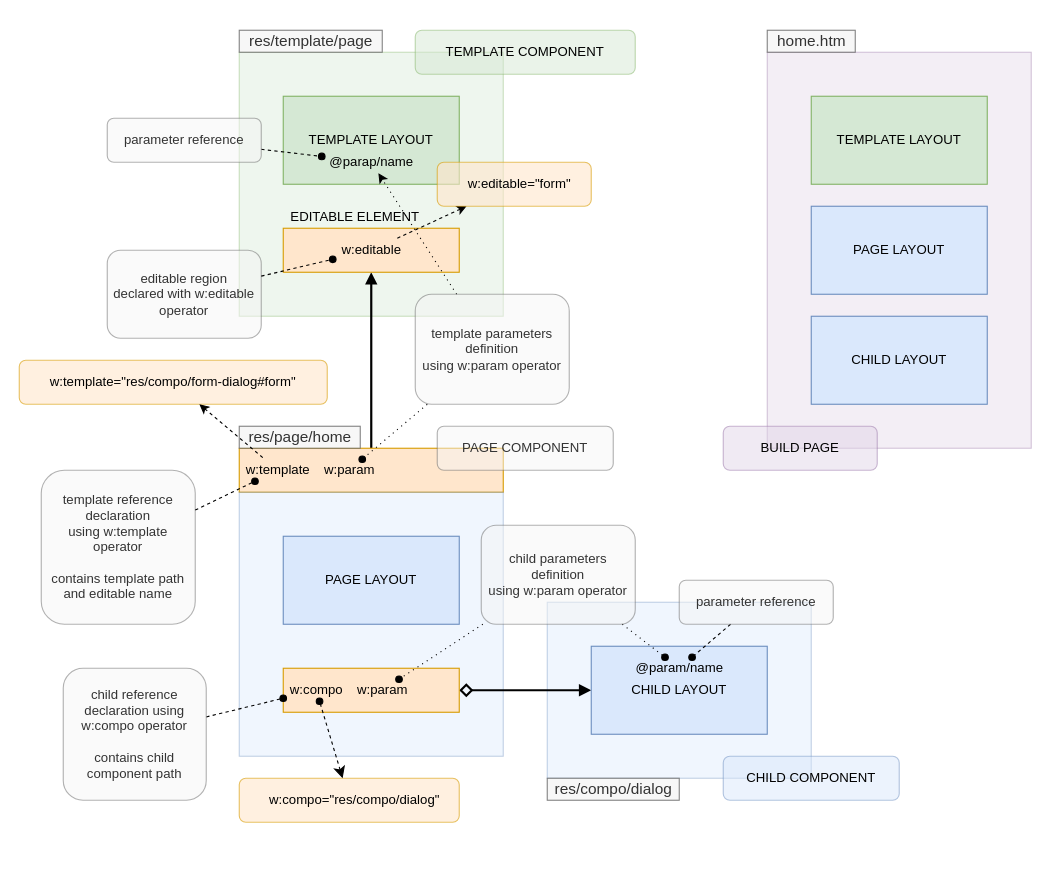
Before: page "Relations" (5 of 16) of doc/model/diagrams.drawio in js-lib-com/wood, a draw.io diagram. Source tidied: cells renumbered, new cells numbered last; positions are measured from the earlier drawing's top-left corner, leaving out a move shared by most shapes. Both pictures are drawn from the tidied source at 110%, with x=0, y=0 at pixel (19, 30).
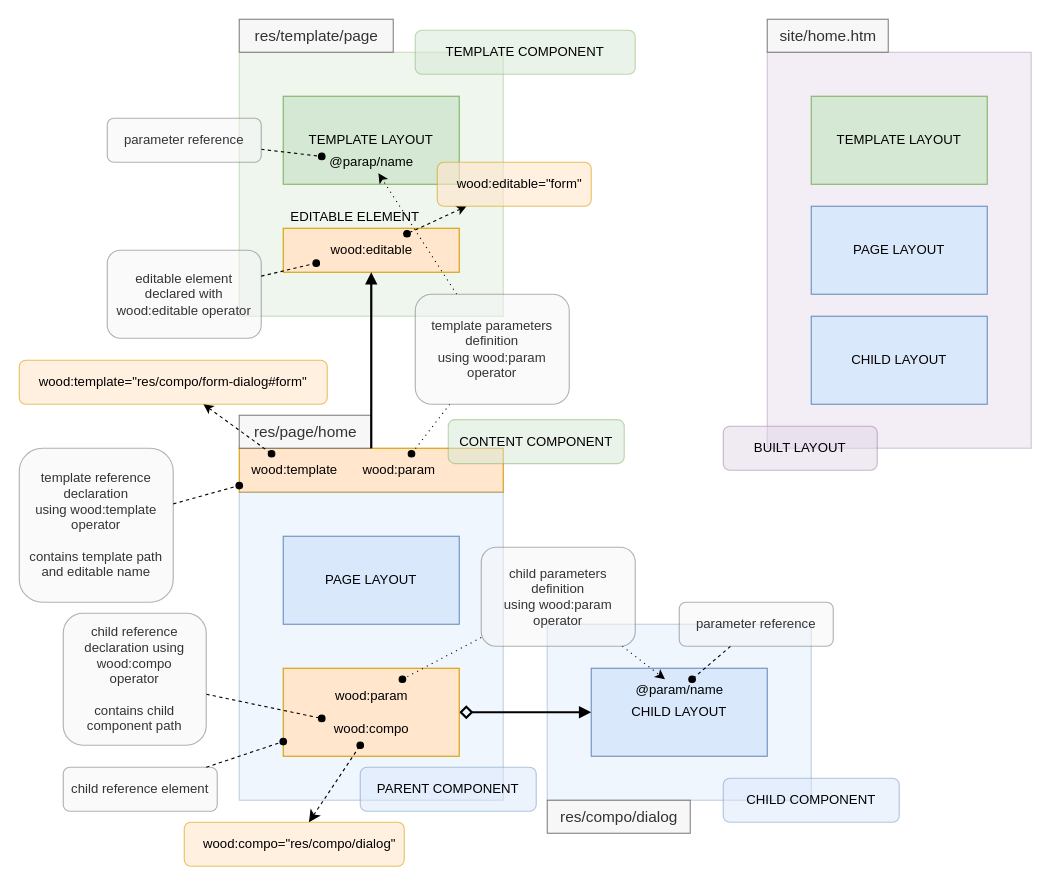
The same page after the edit.

Unchanged cells that the change refers to:
```xml
<mxCell id="8" style="rounded=0;whiteSpace=wrap;html=1;fontSize=12;fillColor=#ffe6cc;strokeColor=#d79b00;" parent="1" vertex="1">
  <mxGeometry x="200" y="380" width="240" height="40" as="geometry" />
</mxCell>
<mxCell id="11" style="rounded=0;whiteSpace=wrap;html=1;fontSize=12;fillColor=#ffe6cc;strokeColor=#d79b00;" parent="1" vertex="1">
  <mxGeometry x="240" y="180" width="160" height="40" as="geometry" />
</mxCell>
```

The edit, as a diff of the source:
```diff
@@
     <mxCell id="2" style="rounded=0;whiteSpace=wrap;html=1;fillColor=#dae8fc;strokeColor=#6c8ebf;opacity=40;" parent="1" vertex="1">
-      <mxGeometry x="480" y="520" width="240" height="160" as="geometry" />
+      <mxGeometry x="480" y="540" width="240" height="160" as="geometry" />
     </mxCell>
@@
-    <mxCell id="4" style="edgeStyle=orthogonalEdgeStyle;rounded=0;jettySize=auto;html=1;exitX=0.5;exitY=0;exitDx=0;exitDy=0;entryX=0.5;entryY=1;entryDx=0;entryDy=0;startArrow=none;startFill=0;startSize=10;fontSize=24;strokeWidth=2;endArrow=block;endFill=1;" parent="1" edge="1" source="8" target="11">
-      <mxGeometry relative="1" as="geometry" />
-    </mxCell>
-    <mxCell id="5" value="template reference declaration&lt;br&gt;using w:template operator&lt;br&gt;&lt;br&gt;contains template path and editable name" style="rounded=1;whiteSpace=wrap;html=1;fillColor=#f5f5f5;strokeColor=#666666;opacity=50;fontColor=#333333;" parent="1" vertex="1">
-      <mxGeometry x="20" y="400" width="140" height="140" as="geometry" />
+    <mxCell id="5" value="template reference declaration&lt;br&gt;using wood:template operator&lt;br&gt;&lt;br&gt;contains template path and editable name" style="rounded=1;whiteSpace=wrap;html=1;fillColor=#f5f5f5;strokeColor=#666666;opacity=50;fontColor=#333333;" parent="1" vertex="1">
+      <mxGeometry y="380" width="140" height="140" as="geometry" />
     </mxCell>
-    <mxCell id="6" value="editable region &lt;br&gt;declared with w:editable operator" style="rounded=1;whiteSpace=wrap;html=1;fillColor=#f5f5f5;strokeColor=#666666;opacity=50;fontColor=#333333;" parent="1" vertex="1">
+    <mxCell id="6" value="editable element&lt;br&gt;declared with wood:editable operator" style="rounded=1;whiteSpace=wrap;html=1;fillColor=#f5f5f5;strokeColor=#666666;opacity=50;fontColor=#333333;" parent="1" vertex="1">
       <mxGeometry x="80" y="200" width="140" height="80" as="geometry" />
     </mxCell>
-    <mxCell id="7" value="w:template=&quot;res/compo/form-dialog#form&quot;" style="rounded=1;whiteSpace=wrap;html=1;fontSize=12;align=center;fillColor=#ffe6cc;strokeColor=#d79b00;opacity=60;" parent="1" vertex="1">
+    <mxCell id="7" value="wood:template=&quot;res/compo/form-dialog#form&quot;" style="rounded=1;whiteSpace=wrap;html=1;fontSize=12;align=center;fillColor=#ffe6cc;strokeColor=#d79b00;opacity=60;" parent="1" vertex="1">
       <mxGeometry y="300" width="280" height="40" as="geometry" />
     </mxCell>
@@
     <mxCell id="9" style="rounded=0;whiteSpace=wrap;html=1;fontSize=12;fillColor=#dae8fc;strokeColor=#6c8ebf;opacity=40;" parent="1" vertex="1">
-      <mxGeometry x="200" y="420" width="240" height="240" as="geometry" />
+      <mxGeometry x="200" y="420" width="240" height="280" as="geometry" />
     </mxCell>
-    <mxCell id="10" value="&lt;span&gt;w:template&lt;/span&gt;" style="text;html=1;align=center;verticalAlign=middle;points=[];" parent="1" vertex="1">
-      <mxGeometry x="200" y="390" width="70" height="20" as="geometry" />
+    <mxCell id="10" value="&lt;span&gt;wood:template&lt;/span&gt;" style="text;html=1;align=center;verticalAlign=middle;points=[];" parent="1" vertex="1">
+      <mxGeometry x="200" y="385" width="100" height="30" as="geometry" />
     </mxCell>
@@
-    <mxCell id="14" value="&lt;span&gt;w:editable&lt;/span&gt;" style="text;html=1;align=center;verticalAlign=middle;points=[];" parent="1" vertex="1">
-      <mxGeometry x="285" y="190" width="70" height="20" as="geometry" />
+    <mxCell id="14" value="&lt;span&gt;wood:editable&lt;/span&gt;" style="text;html=1;align=center;verticalAlign=middle;points=[];" parent="1" vertex="1">
+      <mxGeometry x="270" y="185" width="100" height="30" as="geometry" />
     </mxCell>
@@
     <mxCell id="21" style="rounded=0;whiteSpace=wrap;html=1;fillColor=#ffe6cc;strokeColor=#d79b00;" parent="1" vertex="1">
-      <mxGeometry x="240" y="580" width="160" height="40" as="geometry" />
+      <mxGeometry x="240" y="580" width="160" height="80" as="geometry" />
     </mxCell>
-    <mxCell id="22" value="w:compo" style="text;html=1;align=center;verticalAlign=middle;points=[];" parent="1" vertex="1">
-      <mxGeometry x="240" y="590" width="60" height="20" as="geometry" />
+    <mxCell id="22" value="wood:compo" style="text;html=1;align=center;verticalAlign=middle;points=[];" parent="1" vertex="1">
+      <mxGeometry x="275" y="620" width="90" height="30" as="geometry" />
     </mxCell>
     <mxCell id="23" value="CHILD LAYOUT" style="rounded=0;whiteSpace=wrap;html=1;fillColor=#dae8fc;strokeColor=#6c8ebf;" parent="1" vertex="1">
-      <mxGeometry x="520" y="560" width="160" height="80" as="geometry" />
+      <mxGeometry x="520" y="580" width="160" height="80" as="geometry" />
     </mxCell>
@@
-    <mxCell id="25" value="w:param" style="text;html=1;align=center;verticalAlign=middle;points=[];" parent="1" vertex="1">
-      <mxGeometry x="270" y="390" width="60" height="20" as="geometry" />
+    <mxCell id="25" value="wood:param" style="text;html=1;align=center;verticalAlign=middle;points=[];" parent="1" vertex="1">
+      <mxGeometry x="300" y="385" width="90" height="30" as="geometry" />
     </mxCell>
-    <mxCell id="26" value="w:param" style="text;html=1;align=center;verticalAlign=middle;points=[];" parent="1" vertex="1">
-      <mxGeometry x="300" y="590" width="60" height="20" as="geometry" />
+    <mxCell id="26" value="wood:param" style="text;html=1;align=center;verticalAlign=middle;points=[];" parent="1" vertex="1">
+      <mxGeometry x="275" y="590" width="90" height="30" as="geometry" />
     </mxCell>
@@
-    <mxCell id="29" value="template parameters definition&lt;br&gt;using w:param operator" style="rounded=1;whiteSpace=wrap;html=1;fillColor=#f5f5f5;strokeColor=#666666;opacity=50;fontColor=#333333;" parent="1" vertex="1">
+    <mxCell id="29" value="template parameters definition&lt;br&gt;using wood:param operator" style="rounded=1;whiteSpace=wrap;html=1;fillColor=#f5f5f5;strokeColor=#666666;opacity=50;fontColor=#333333;" parent="1" vertex="1">
       <mxGeometry x="360" y="240" width="140" height="100" as="geometry" />
     </mxCell>
-    <mxCell id="30" style="edgeStyle=none;rounded=0;jettySize=auto;html=1;dashed=1;startArrow=none;startFill=0;startSize=8;endArrow=oval;endFill=1;strokeColor=#000000;strokeWidth=1;dashPattern=1 4;" parent="1" edge="1" source="31" target="46">
+    <mxCell id="30" style="edgeStyle=none;rounded=0;jettySize=auto;html=1;dashed=1;startArrow=none;startFill=0;startSize=8;endArrow=classic;endFill=1;strokeColor=#000000;strokeWidth=1;dashPattern=1 4;" parent="1" edge="1" source="31" target="46">
       <mxGeometry relative="1" as="geometry" />
     </mxCell>
-    <mxCell id="31" value="child parameters definition&lt;br&gt;using w:param operator" style="rounded=1;whiteSpace=wrap;html=1;fillColor=#f5f5f5;strokeColor=#666666;opacity=50;fontColor=#333333;" parent="1" vertex="1">
-      <mxGeometry x="420" y="450" width="140" height="90" as="geometry" />
+    <mxCell id="31" value="child parameters definition&lt;br&gt;using wood:param operator" style="rounded=1;whiteSpace=wrap;html=1;fillColor=#f5f5f5;strokeColor=#666666;opacity=50;fontColor=#333333;" parent="1" vertex="1">
+      <mxGeometry x="420" y="470" width="140" height="90" as="geometry" />
     </mxCell>
-    <mxCell id="32" style="edgeStyle=none;rounded=0;jettySize=auto;html=1;dashed=1;strokeColor=#000000;strokeWidth=1;endArrow=none;endFill=0;startArrow=classic;startFill=1;" parent="1" edge="1" source="34" target="14">
+    <mxCell id="32" style="edgeStyle=none;rounded=0;jettySize=auto;html=1;dashed=1;strokeColor=#000000;strokeWidth=1;endArrow=oval;endFill=1;startArrow=classic;startFill=1;" parent="1" edge="1" source="34" target="14">
       <mxGeometry relative="1" as="geometry" />
     </mxCell>
@@
-    <mxCell id="34" value="w:editable=&quot;form&quot;" style="rounded=1;whiteSpace=wrap;html=1;fontSize=12;fontStyle=0;align=center;spacingLeft=10;fillColor=#ffe6cc;strokeColor=#d79b00;opacity=60;" parent="1" vertex="1">
+    <mxCell id="34" value="wood:editable=&quot;form&quot;" style="rounded=1;whiteSpace=wrap;html=1;fontSize=12;fontStyle=0;align=center;spacingLeft=10;fillColor=#ffe6cc;strokeColor=#d79b00;opacity=60;" parent="1" vertex="1">
       <mxGeometry x="380" y="120" width="140" height="40" as="geometry" />
     </mxCell>
     <mxCell id="35" value="res/template/page" style="text;html=1;align=center;verticalAlign=middle;fontSize=14;fontColor=#333333;fillColor=#f5f5f5;strokeColor=#666666;opacity=80;" parent="1" vertex="1">
-      <mxGeometry x="200" width="130" height="20" as="geometry" />
+      <mxGeometry x="200" y="-10" width="140" height="30" as="geometry" />
     </mxCell>
     <mxCell id="36" value="res/page/home" style="text;html=1;align=center;verticalAlign=middle;fontSize=14;fontColor=#333333;fillColor=#f5f5f5;strokeColor=#666666;opacity=80;" parent="1" vertex="1">
-      <mxGeometry x="200" y="360" width="110" height="20" as="geometry" />
+      <mxGeometry x="200" y="350" width="120" height="30" as="geometry" />
     </mxCell>
     <mxCell id="37" value="res/compo/dialog" style="text;html=1;align=center;verticalAlign=middle;fontSize=14;fontColor=#333333;fillColor=#f5f5f5;strokeColor=#666666;opacity=80;" parent="1" vertex="1">
-      <mxGeometry x="480" y="680" width="120" height="20" as="geometry" />
+      <mxGeometry x="480" y="700" width="130" height="30" as="geometry" />
     </mxCell>
-    <mxCell id="38" value="home.htm" style="text;html=1;align=center;verticalAlign=middle;fontSize=14;fontColor=#333333;fillColor=#f5f5f5;strokeColor=#666666;opacity=80;" parent="1" vertex="1">
-      <mxGeometry x="680" width="80" height="20" as="geometry" />
+    <mxCell id="38" value="site/home.htm" style="text;html=1;align=center;verticalAlign=middle;fontSize=14;fontColor=#333333;fillColor=#f5f5f5;strokeColor=#666666;opacity=80;" parent="1" vertex="1">
+      <mxGeometry x="680" y="-10" width="110" height="30" as="geometry" />
     </mxCell>
@@
-    <mxCell id="40" value="PAGE COMPONENT" style="rounded=1;whiteSpace=wrap;html=1;fillColor=#f5f5f5;strokeColor=#666666;opacity=50;fontColor=#333333;" parent="1" vertex="1">
-      <mxGeometry x="380" y="360" width="160" height="40" as="geometry" />
+    <mxCell id="40" value="CONTENT COMPONENT" style="rounded=1;whiteSpace=wrap;html=1;fillColor=#d5e8d4;strokeColor=#82b366;opacity=50;" parent="1" vertex="1">
+      <mxGeometry x="390" y="354" width="160" height="40" as="geometry" />
     </mxCell>
     <mxCell id="41" value="CHILD COMPONENT" style="rounded=1;whiteSpace=wrap;html=1;fillColor=#dae8fc;strokeColor=#6c8ebf;opacity=50;" parent="1" vertex="1">
-      <mxGeometry x="640" y="660" width="160" height="40" as="geometry" />
+      <mxGeometry x="640" y="680" width="160" height="40" as="geometry" />
     </mxCell>
@@
-    <mxCell id="43" value="child reference declaration using w:compo operator&lt;br&gt;&lt;br&gt;contains child component path" style="rounded=1;whiteSpace=wrap;html=1;fillColor=#f5f5f5;strokeColor=#666666;opacity=50;fontColor=#333333;" parent="1" vertex="1">
-      <mxGeometry x="40" y="580" width="130" height="120" as="geometry" />
+    <mxCell id="43" value="child reference declaration using wood:compo operator&lt;br&gt;&lt;br&gt;contains child component path" style="rounded=1;whiteSpace=wrap;html=1;fillColor=#f5f5f5;strokeColor=#666666;opacity=50;fontColor=#333333;spacing=10;" parent="1" vertex="1">
+      <mxGeometry x="40" y="530" width="130" height="120" as="geometry" />
     </mxCell>
-    <mxCell id="44" value="w:compo=&quot;res/compo/dialog&quot;" style="rounded=1;whiteSpace=wrap;html=1;fontSize=12;fontStyle=0;align=center;spacingLeft=10;fillColor=#ffe6cc;strokeColor=#d79b00;opacity=60;" parent="1" vertex="1">
-      <mxGeometry x="200" y="680" width="200" height="40" as="geometry" />
+    <mxCell id="44" value="wood:compo=&quot;res/compo/dialog&quot;" style="rounded=1;whiteSpace=wrap;html=1;fontSize=12;fontStyle=0;align=center;spacingLeft=10;fillColor=#ffe6cc;strokeColor=#d79b00;opacity=60;" parent="1" vertex="1">
+      <mxGeometry x="150" y="720" width="200" height="40" as="geometry" />
     </mxCell>
@@
     <mxCell id="46" value="@param/name" style="text;html=1;align=center;verticalAlign=middle;points=[];" parent="1" vertex="1">
-      <mxGeometry x="550" y="570" width="100" height="20" as="geometry" />
+      <mxGeometry x="550" y="590" width="100" height="20" as="geometry" />
     </mxCell>
@@
     <mxCell id="51" value="parameter reference" style="rounded=1;whiteSpace=wrap;html=1;fillColor=#f5f5f5;strokeColor=#666666;opacity=50;fontColor=#333333;" parent="1" vertex="1">
-      <mxGeometry x="600" y="500" width="140" height="40" as="geometry" />
+      <mxGeometry x="600" y="520" width="140" height="40" as="geometry" />
     </mxCell>
-    <mxCell id="52" style="edgeStyle=none;rounded=0;jettySize=auto;html=1;dashed=1;strokeColor=#000000;strokeWidth=1;endArrow=none;endFill=0;startArrow=classic;startFill=1;" parent="1" edge="1" source="7" target="10">
+    <mxCell id="52" style="edgeStyle=none;rounded=0;jettySize=auto;html=1;dashed=1;strokeColor=#000000;strokeWidth=1;endArrow=oval;endFill=1;startArrow=classic;startFill=1;" parent="1" edge="1" source="7" target="10">
       <mxGeometry relative="1" as="geometry" />
     </mxCell>
-    <mxCell id="53" value="BUILD PAGE" style="rounded=1;whiteSpace=wrap;html=1;fillColor=#e1d5e7;strokeColor=#9673a6;opacity=50;" parent="1" vertex="1">
+    <mxCell id="53" value="BUILT LAYOUT" style="rounded=1;whiteSpace=wrap;html=1;fillColor=#e1d5e7;strokeColor=#9673a6;opacity=50;" parent="1" vertex="1">
       <mxGeometry x="640" y="360" width="140" height="40" as="geometry" />
     </mxCell>
@@
+    <mxCell id="4" style="edgeStyle=orthogonalEdgeStyle;rounded=0;jettySize=auto;html=1;exitX=0.5;exitY=0;exitDx=0;exitDy=0;entryX=0.5;entryY=1;entryDx=0;entryDy=0;startArrow=none;startFill=0;startSize=10;fontSize=24;strokeWidth=2;endArrow=block;endFill=1;" parent="1" edge="1" source="8" target="11">
+      <mxGeometry relative="1" as="geometry" />
+    </mxCell>
+    <mxCell id="55" value="child reference element" style="rounded=1;whiteSpace=wrap;html=1;fillColor=#f5f5f5;strokeColor=#666666;opacity=50;fontColor=#333333;" parent="1" vertex="1">
+      <mxGeometry x="40" y="670" width="140" height="40" as="geometry" />
+    </mxCell>
+    <mxCell id="56" style="edgeStyle=none;rounded=0;jettySize=auto;html=1;dashed=1;startArrow=none;startFill=0;startSize=8;endArrow=oval;endFill=1;strokeColor=#000000;strokeWidth=1;" parent="1" edge="1" source="55" target="21">
+      <mxGeometry relative="1" as="geometry" />
+    </mxCell>
+    <mxCell id="57" value="PARENT COMPONENT" style="rounded=1;whiteSpace=wrap;html=1;fillColor=#dae8fc;strokeColor=#6c8ebf;opacity=50;" parent="1" vertex="1">
+      <mxGeometry x="310" y="670" width="160" height="40" as="geometry" />
+    </mxCell>
```
